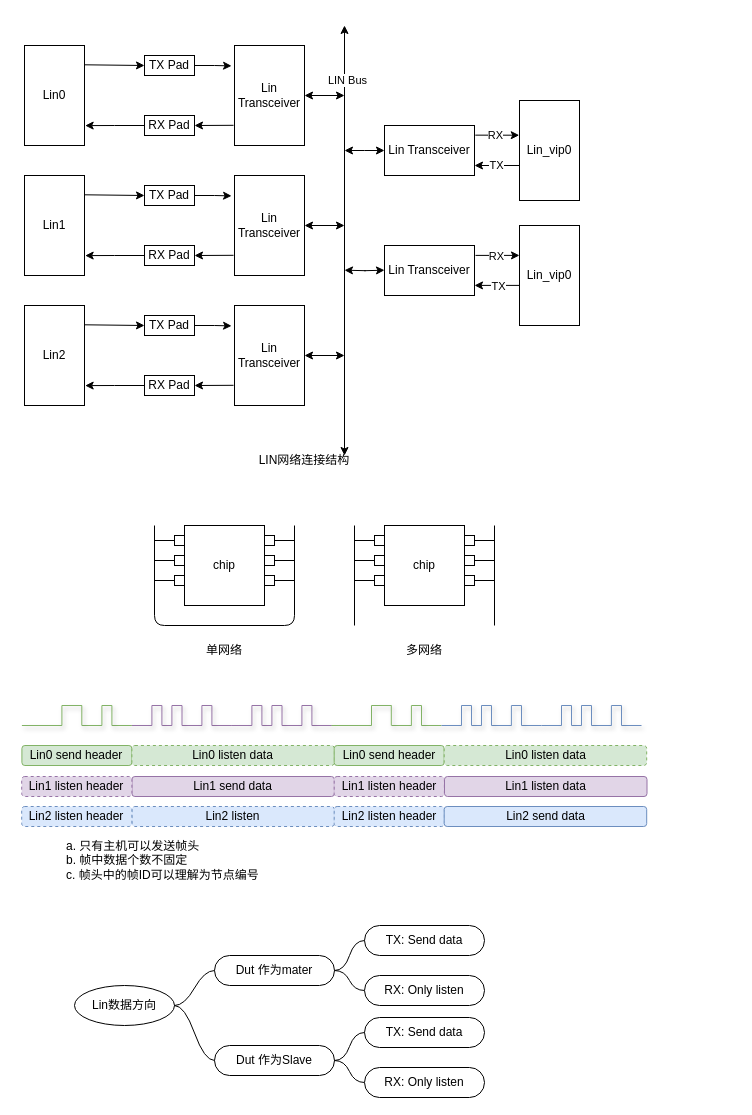
This is page "第 1 页" (1 of 2) of drawio/flexlin.drawio from iceyxy/flow-chart-drawio, a draw.io file, before an edit. Source tidied: cells renumbered, new cells numbered last; positions are measured from the earlier drawing's top-left corner, leaving out a move shared by most shapes. Both pictures are drawn from the tidied source at 100%, with x=0, y=0 at pixel (21, 25).
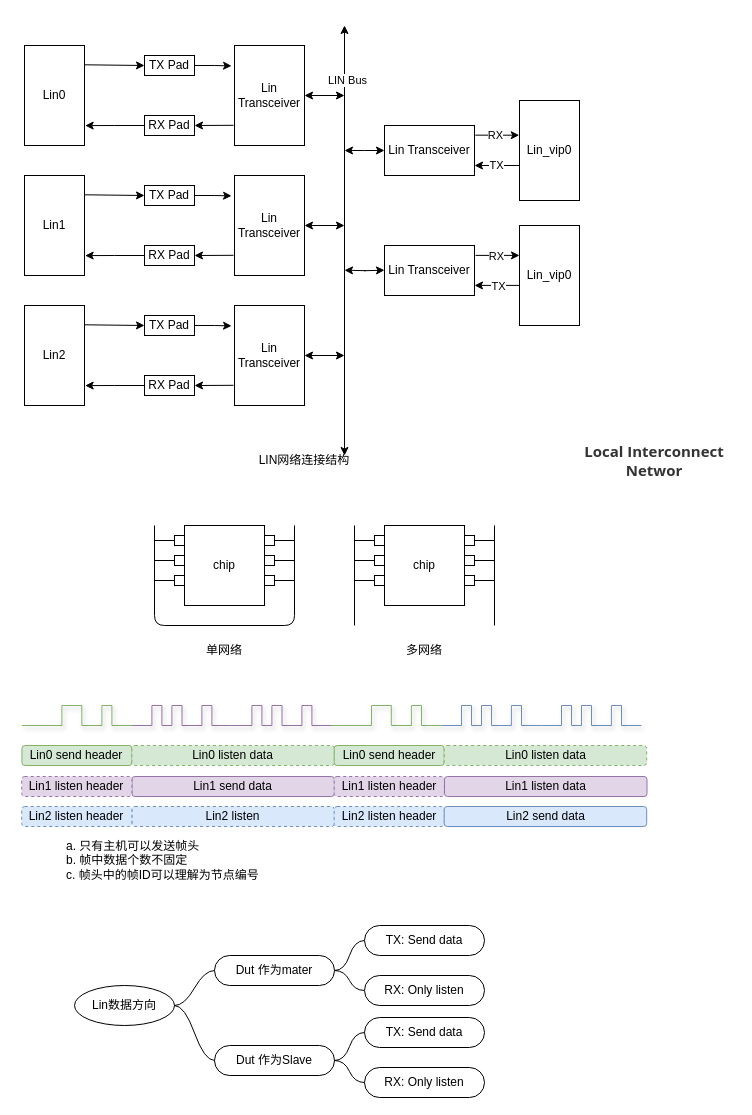
Above is the later version.

The edit, as a diff of the source:
```diff
@@
+    <mxCell id="183" value="&lt;span style=&quot;color: rgb(51, 51, 51); font-family: &amp;quot;Open Sans&amp;quot;, &amp;quot;Clear Sans&amp;quot;, &amp;quot;Helvetica Neue&amp;quot;, Helvetica, Arial, sans-serif; font-size: 15px; orphans: 4; text-align: start; white-space-collapse: preserve; background-color: rgb(255, 255, 255);&quot;&gt;&lt;b&gt;Local Interconnect Networ&lt;/b&gt;&lt;/span&gt;" style="text;strokeColor=none;align=center;fillColor=none;html=1;verticalAlign=middle;whiteSpace=wrap;rounded=0;" parent="1" vertex="1">
+      <mxGeometry x="553" y="420" width="160" height="30" as="geometry" />
+    </mxCell>
```
